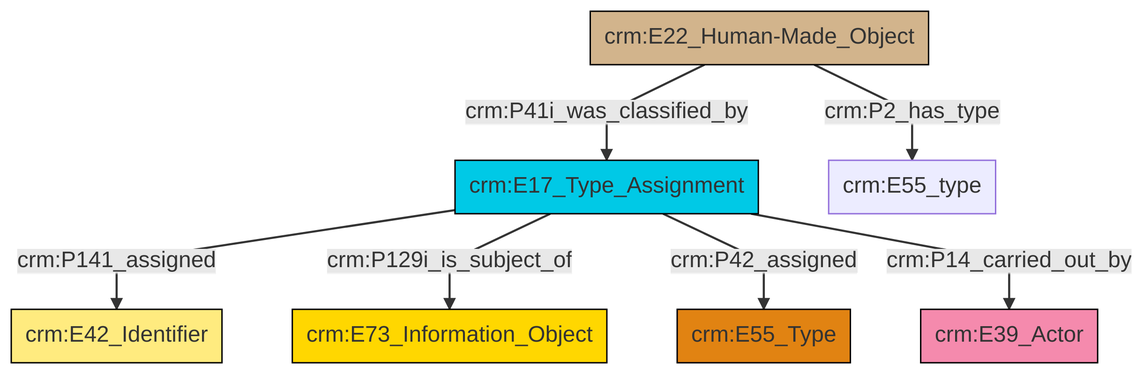
Before: et/builtWorkCSV/ttl/mmd/png/Built_Work_designation_status.png, a diagram exported from Mermaid (swiss-art-research-net/reference-data-models). Its source is kept beside it as et/builtWorkCSV/ttl/mmd/Built_Work_designation_status.ttl.mmd.
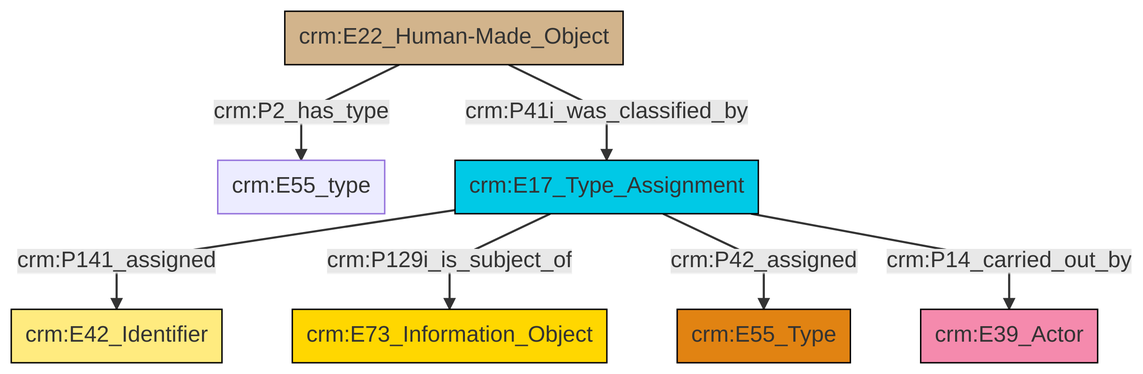
Later version of the same file.

Diff of the diagram source:
```diff
@@ -13,9 +13,9 @@
 classDef PC_Classes fill:#4ce600, stroke:#000000;
 classDef Multi fill:#cccccc,stroke:#000000;
 
-0["crm:E17_Type_Assignment"]:::Temporal_Entity -->|crm:P141_assigned| 1["crm:E42_Identifier"]:::Appellation
-3["crm:E22_Human-Made_Object"]:::Physical_Thing -->|crm:P2_has_type| 4["crm:E55_type"]:::Default
-3["crm:E22_Human-Made_Object"]:::Physical_Thing -->|crm:P41i_was_classified_by| 0["crm:E17_Type_Assignment"]:::Temporal_Entity
-0["crm:E17_Type_Assignment"]:::Temporal_Entity -->|crm:P129i_is_subject_of| 5["crm:E73_Information_Object"]:::Conceptual_Object
-0["crm:E17_Type_Assignment"]:::Temporal_Entity -->|crm:P42_assigned| 6["crm:E55_Type"]:::Type
-0["crm:E17_Type_Assignment"]:::Temporal_Entity -->|crm:P14_carried_out_by| 8["crm:E39_Actor"]:::Actor
+4["crm:E17_Type_Assignment"]:::Temporal_Entity -->|crm:P141_assigned| 5["crm:E42_Identifier"]:::Appellation
+4["crm:E17_Type_Assignment"]:::Temporal_Entity -->|crm:P129i_is_subject_of| 0["crm:E73_Information_Object"]:::Conceptual_Object
+4["crm:E17_Type_Assignment"]:::Temporal_Entity -->|crm:P42_assigned| 6["crm:E55_Type"]:::Type
+8["crm:E22_Human-Made_Object"]:::Physical_Thing -->|crm:P2_has_type| 2["crm:E55_type"]:::Default
+4["crm:E17_Type_Assignment"]:::Temporal_Entity -->|crm:P14_carried_out_by| 10["crm:E39_Actor"]:::Actor
+8["crm:E22_Human-Made_Object"]:::Physical_Thing -->|crm:P41i_was_classified_by| 4["crm:E17_Type_Assignment"]:::Temporal_Entity
```
